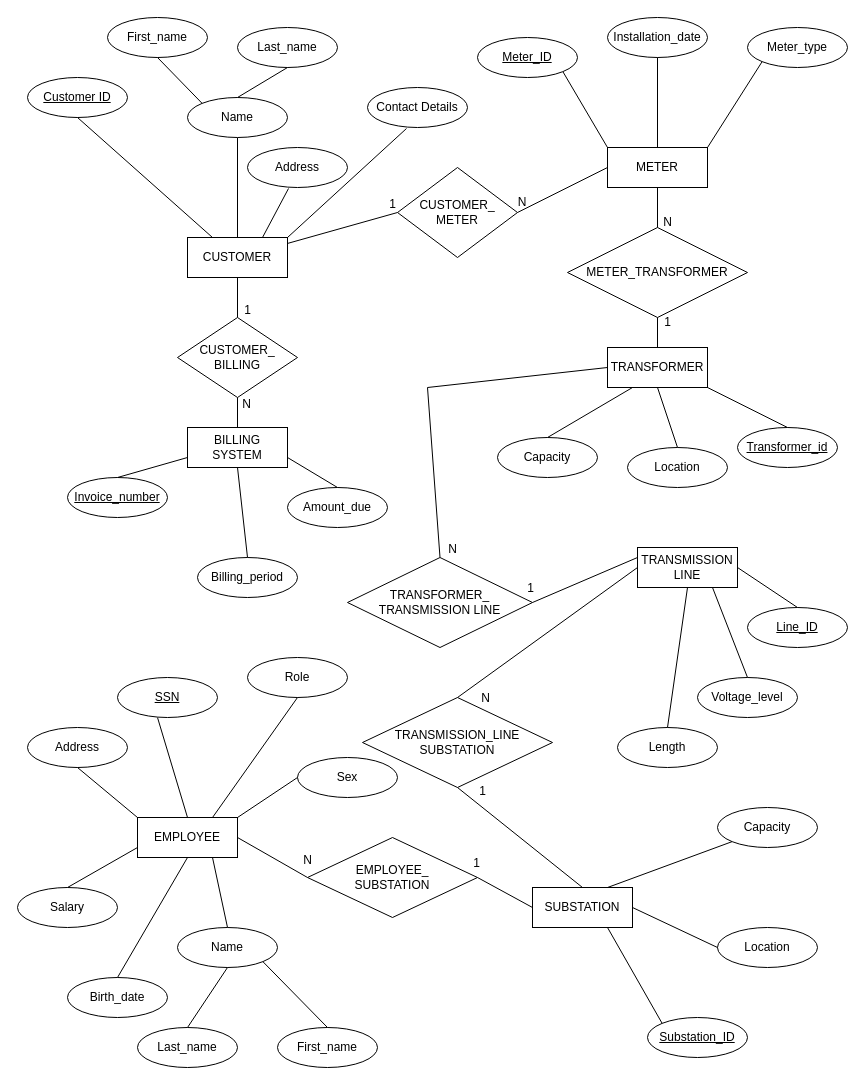
Above: ECG Entity Relationship Diagram.drawio in Frederick-Teye/ECG-Entity-Relationship-Diagram (draw.io), before the change. Source tidied: cells renumbered, new cells numbered last; positions are measured from the earlier drawing's top-left corner, leaving out a move shared by most shapes. Both pictures are drawn from the tidied source at 100%, with x=0, y=0 at pixel (17, 17).
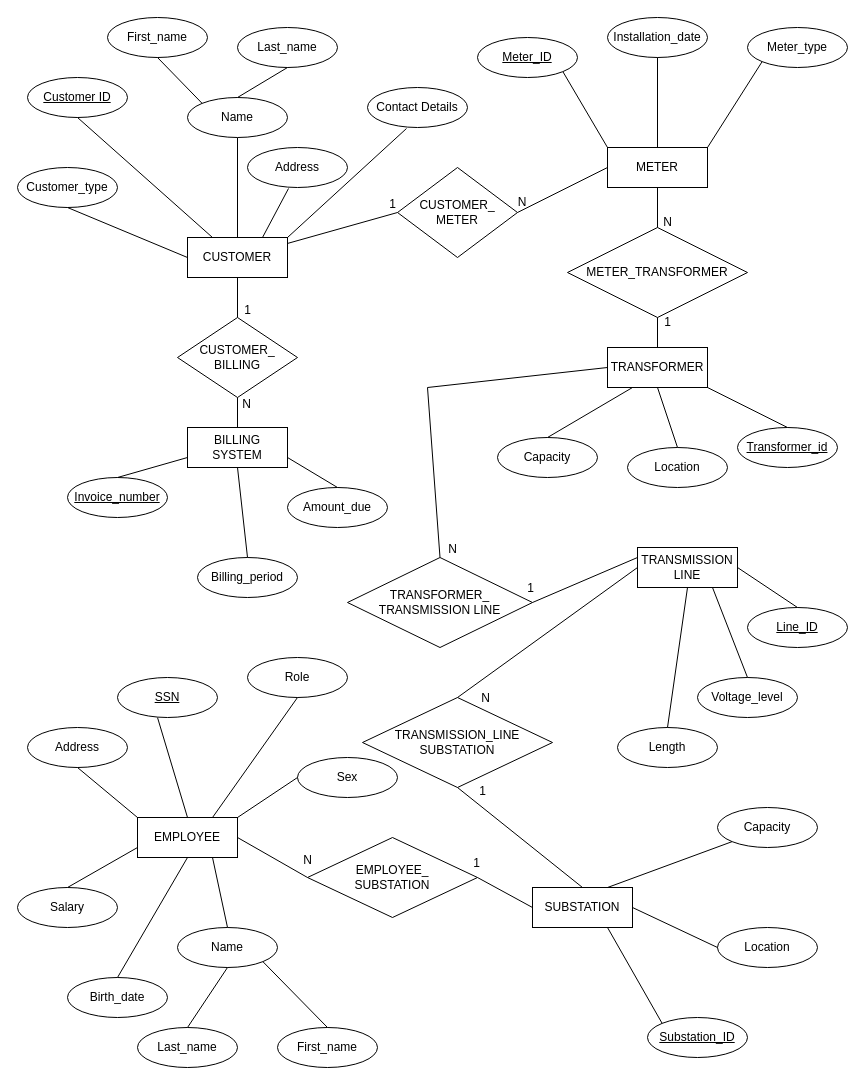
The same page after the edit.

Commit message:
Add customer_type attribute to CUSTOMER entity

The change refers to these unchanged cells:
```xml
<mxCell id="2" value="CUSTOMER" style="whiteSpace=wrap;html=1;align=center;" parent="1" vertex="1">
  <mxGeometry x="170" y="220" width="100" height="40" as="geometry" />
</mxCell>
```

Change to the diagram source:
```diff
@@
+    <mxCell id="99" value="Customer_type" style="ellipse;whiteSpace=wrap;html=1;align=center;" parent="1" vertex="1">
+      <mxGeometry y="150" width="100" height="40" as="geometry" />
+    </mxCell>
+    <mxCell id="100" style="endArrow=none;html=1;rounded=0;entryX=0;entryY=0.5;entryDx=0;entryDy=0;exitX=0.5;exitY=1;exitDx=0;exitDy=0;" parent="1" edge="1" source="99" target="2">
+      <mxGeometry relative="1" as="geometry" />
+    </mxCell>
```
